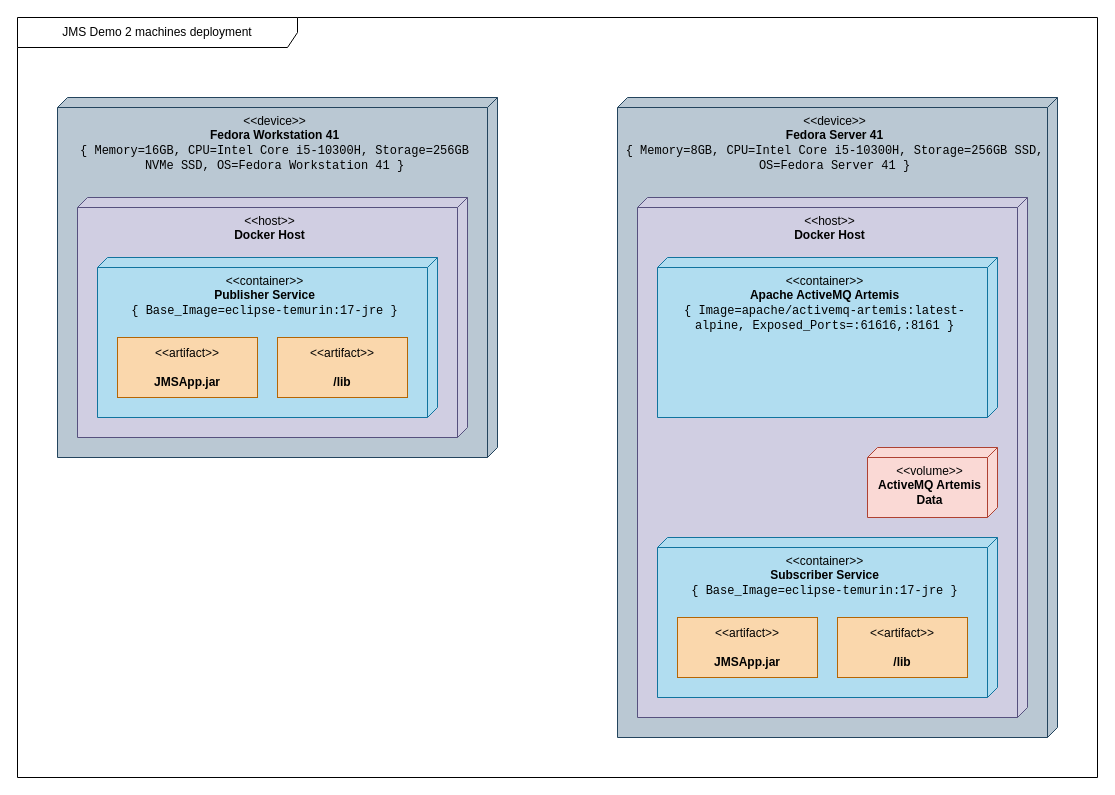
Earlier version of the draw.io diagram assets/deployment-model.drawio (joevtap/distributed-systems-jms-demo). Source tidied: cells renumbered, new cells numbered last; positions are measured from the earlier drawing's top-left corner, leaving out a move shared by most shapes. Both pictures are drawn from the tidied source at 100%, with x=0, y=0 at pixel (17, 17).
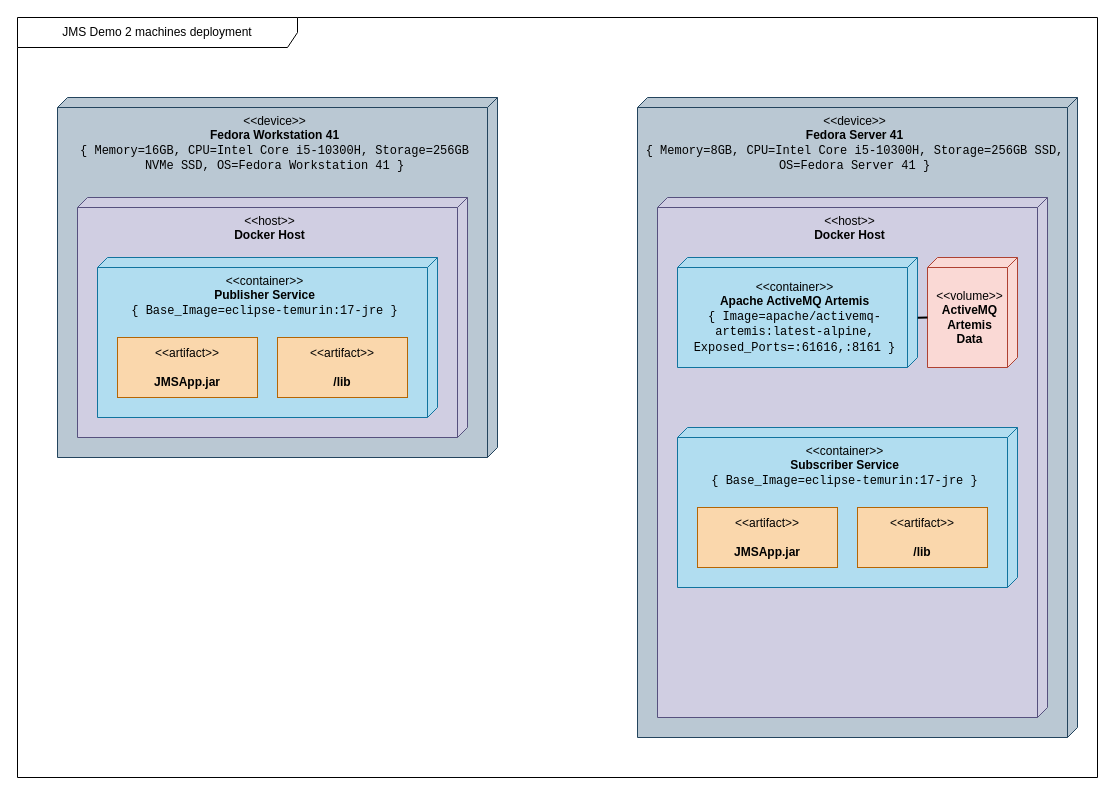
The same diagram, later.

The edit, as a diff of the source:
```diff
@@
 <mxGraphModel>
   <root>
     <mxCell id="0" />
     <mxCell id="1" parent="0" />
     <mxCell id="2" value="JMS Demo 2 machines deployment" style="shape=umlFrame;whiteSpace=wrap;html=1;width=280;height=30;" parent="1" vertex="1">
       <mxGeometry width="1080" height="760" as="geometry" />
     </mxCell>
     <mxCell id="3" value="&lt;div&gt;&amp;lt;&amp;lt;device&amp;gt;&amp;gt;&lt;/div&gt;&lt;div&gt;&lt;b&gt;Fedora Workstation 41&lt;/b&gt;&lt;/div&gt;&lt;font face=&quot;monospace&quot;&gt;{ Memory=16GB, CPU=Intel Core i5-10300H,&amp;nbsp;Storage=256GB NVMe SSD, OS=Fedora Workstation 41 }&lt;/font&gt;" style="verticalAlign=top;align=center;shape=cube;size=10;direction=south;fontStyle=0;html=1;boundedLbl=1;spacingLeft=5;whiteSpace=wrap;fillColor=#bac8d3;strokeColor=#23445d;" parent="2" vertex="1">
       <mxGeometry x="40" y="80" width="440" height="360" as="geometry" />
     </mxCell>
     <mxCell id="4" value="&amp;lt;&amp;lt;host&amp;gt;&amp;gt;&lt;div&gt;&lt;b&gt;Docker Host&lt;/b&gt;&lt;/div&gt;" style="verticalAlign=top;align=center;shape=cube;size=10;direction=south;html=1;boundedLbl=1;spacingLeft=5;whiteSpace=wrap;fillColor=#d0cee2;strokeColor=#56517e;" parent="3" vertex="1">
       <mxGeometry width="390" height="240" relative="1" as="geometry">
         <mxPoint x="20" y="100" as="offset" />
       </mxGeometry>
     </mxCell>
     <mxCell id="5" value="&amp;lt;&amp;lt;container&amp;gt;&amp;gt;&lt;div&gt;&lt;b&gt;Publisher Service&lt;br&gt;&lt;/b&gt;&lt;font face=&quot;Monospace&quot;&gt;{ Base_Image=eclipse-temurin:17-jre }&lt;/font&gt;&lt;/div&gt;" style="verticalAlign=top;align=center;shape=cube;size=10;direction=south;html=1;boundedLbl=1;spacingLeft=5;whiteSpace=wrap;fillColor=#b1ddf0;strokeColor=#10739e;" parent="3" vertex="1">
       <mxGeometry width="340" height="160" relative="1" as="geometry">
         <mxPoint x="40" y="160" as="offset" />
       </mxGeometry>
     </mxCell>
     <mxCell id="6" value="&amp;lt;&amp;lt;artifact&amp;gt;&amp;gt;&lt;br&gt;&lt;br&gt;&lt;b&gt;JMSApp.jar&lt;/b&gt;" style="html=1;align=center;verticalAlign=middle;dashed=0;whiteSpace=wrap;fillColor=#fad7ac;strokeColor=#b46504;" parent="3" vertex="1">
       <mxGeometry x="60" y="240" width="140" height="60" as="geometry" />
     </mxCell>
     <mxCell id="7" value="&amp;lt;&amp;lt;artifact&amp;gt;&amp;gt;&lt;br&gt;&lt;br&gt;&lt;b&gt;/lib&lt;/b&gt;" style="html=1;align=center;verticalAlign=middle;dashed=0;whiteSpace=wrap;fillColor=#fad7ac;strokeColor=#b46504;" parent="3" vertex="1">
       <mxGeometry x="220" y="240" width="130" height="60" as="geometry" />
     </mxCell>
     <mxCell id="8" value="&lt;div&gt;&amp;lt;&amp;lt;device&amp;gt;&amp;gt;&lt;/div&gt;&lt;div&gt;&lt;b&gt;Fedora Server 41&lt;/b&gt;&lt;/div&gt;&lt;font face=&quot;monospace&quot;&gt;{ Memory=8GB, CPU=Intel Core i5-10300H,&amp;nbsp;Storage=256GB SSD, OS=Fedora Server 41 }&lt;/font&gt;" style="verticalAlign=top;align=center;shape=cube;size=10;direction=south;fontStyle=0;html=1;boundedLbl=1;spacingLeft=5;whiteSpace=wrap;fillColor=#bac8d3;strokeColor=#23445d;" parent="1" vertex="1">
-      <mxGeometry x="600" y="80" width="440" height="640" as="geometry" />
+      <mxGeometry x="620" y="80" width="440" height="640" as="geometry" />
     </mxCell>
     <mxCell id="9" value="&amp;lt;&amp;lt;host&amp;gt;&amp;gt;&lt;div&gt;&lt;b&gt;Docker Host&lt;/b&gt;&lt;/div&gt;" style="verticalAlign=top;align=center;shape=cube;size=10;direction=south;html=1;boundedLbl=1;spacingLeft=5;whiteSpace=wrap;fillColor=#d0cee2;strokeColor=#56517e;" parent="8" vertex="1">
       <mxGeometry width="390" height="520" relative="1" as="geometry">
         <mxPoint x="20" y="100" as="offset" />
       </mxGeometry>
     </mxCell>
-    <mxCell id="10" value="&amp;lt;&amp;lt;container&amp;gt;&amp;gt;&lt;div&gt;&lt;b&gt;Apache ActiveMQ Artemis&lt;br&gt;&lt;/b&gt;&lt;font face=&quot;Monospace&quot;&gt;{ Image=apache/activemq-artemis:latest-alpine, Exposed_Ports=:61616,:8161 }&lt;/font&gt;&lt;/div&gt;" style="verticalAlign=top;align=center;shape=cube;size=10;direction=south;html=1;boundedLbl=1;spacingLeft=5;whiteSpace=wrap;fillColor=#b1ddf0;strokeColor=#10739e;" parent="8" vertex="1">
-      <mxGeometry width="340" height="160" relative="1" as="geometry">
+    <mxCell id="10" value="&amp;lt;&amp;lt;container&amp;gt;&amp;gt;&lt;div&gt;&lt;b&gt;Apache ActiveMQ Artemis&lt;br&gt;&lt;/b&gt;&lt;font face=&quot;Monospace&quot;&gt;{ Image=apache/activemq-artemis:latest-alpine, Exposed_Ports=:61616,:8161 }&lt;/font&gt;&lt;/div&gt;" style="verticalAlign=middle;align=center;shape=cube;size=10;direction=south;html=1;boundedLbl=1;spacingLeft=5;whiteSpace=wrap;fillColor=#b1ddf0;strokeColor=#10739e;" parent="8" vertex="1">
+      <mxGeometry width="240" height="110" relative="1" as="geometry">
         <mxPoint x="40" y="160" as="offset" />
       </mxGeometry>
     </mxCell>
+    <mxCell id="15" value="&amp;lt;&amp;lt;volume&amp;gt;&amp;gt;&lt;div&gt;&lt;b&gt;ActiveMQ Artemis Data&lt;/b&gt;&lt;br&gt;&lt;/div&gt;" style="verticalAlign=middle;align=center;shape=cube;size=10;direction=south;html=1;boundedLbl=1;spacingLeft=5;whiteSpace=wrap;fillColor=#fad9d5;strokeColor=#ae4132;" parent="8" vertex="1">
+      <mxGeometry x="290" y="160" width="90" height="110" as="geometry" />
+    </mxCell>
-    <mxCell id="11" style="group;" parent="1" vertex="1">
-      <mxGeometry x="640" y="520" width="340" height="160" as="geometry" />
+    <mxCell id="11" style="group;" parent="8" vertex="1">
+      <mxGeometry x="40" y="330" width="340" height="160" as="geometry" />
     </mxCell>
     <mxCell id="12" value="&amp;lt;&amp;lt;container&amp;gt;&amp;gt;&lt;div&gt;&lt;b&gt;Subscriber Service&lt;br&gt;&lt;/b&gt;&lt;font face=&quot;Monospace&quot;&gt;{ Base_Image=eclipse-temurin:17-jre }&lt;/font&gt;&lt;/div&gt;" style="verticalAlign=top;align=center;shape=cube;size=10;direction=south;html=1;boundedLbl=1;spacingLeft=5;whiteSpace=wrap;fillColor=#b1ddf0;strokeColor=#10739e;" parent="11" vertex="1">
       <mxGeometry width="340" height="160" relative="1" as="geometry" />
     </mxCell>
     <mxCell id="13" value="&amp;lt;&amp;lt;artifact&amp;gt;&amp;gt;&lt;br&gt;&lt;br&gt;&lt;b&gt;JMSApp.jar&lt;/b&gt;" style="html=1;align=center;verticalAlign=middle;dashed=0;whiteSpace=wrap;fillColor=#fad7ac;strokeColor=#b46504;" parent="11" vertex="1">
       <mxGeometry x="20" y="80" width="140" height="60" as="geometry" />
     </mxCell>
     <mxCell id="14" value="&amp;lt;&amp;lt;artifact&amp;gt;&amp;gt;&lt;br&gt;&lt;br&gt;&lt;b&gt;/lib&lt;/b&gt;" style="html=1;align=center;verticalAlign=middle;dashed=0;whiteSpace=wrap;fillColor=#fad7ac;strokeColor=#b46504;" parent="11" vertex="1">
       <mxGeometry x="180" y="80" width="130" height="60" as="geometry" />
     </mxCell>
-    <mxCell id="15" value="&amp;lt;&amp;lt;volume&amp;gt;&amp;gt;&lt;div&gt;&lt;b&gt;ActiveMQ Artemis Data&lt;/b&gt;&lt;br&gt;&lt;/div&gt;" style="verticalAlign=top;align=center;shape=cube;size=10;direction=south;html=1;boundedLbl=1;spacingLeft=5;whiteSpace=wrap;fillColor=#fad9d5;strokeColor=#ae4132;" parent="1" vertex="1">
-      <mxGeometry x="850" y="430" width="130" height="70" as="geometry" />
-    </mxCell>
+    <mxCell id="16" style="endArrow=none;startArrow=none;endFill=0;startFill=0;endSize=8;html=1;verticalAlign=bottom;labelBackgroundColor=none;strokeWidth=2;rounded=0;entryX=0;entryY=0;entryDx=60;entryDy=90;entryPerimeter=0;exitX=0.547;exitY=-0.001;exitDx=0;exitDy=0;exitPerimeter=0;" parent="8" edge="1" source="10" target="15">
+      <mxGeometry relative="1" as="geometry" />
+    </mxCell>
   </root>
 </mxGraphModel>
```
